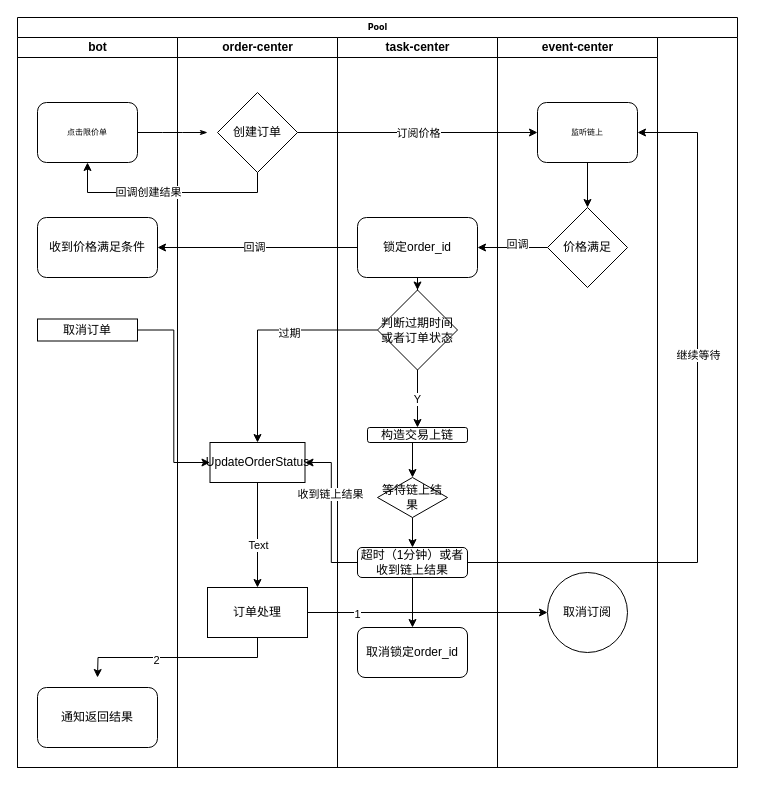
This is 未命名绘图.drawio from ZiHengLee/hot_event_spider, a draw.io file, before an edit. Source tidied: cells renumbered, new cells numbered last; positions are measured from the earlier drawing's top-left corner, leaving out a move shared by most shapes. Both pictures are drawn from the tidied source at 100%, with x=0, y=0 at pixel (17, 17).
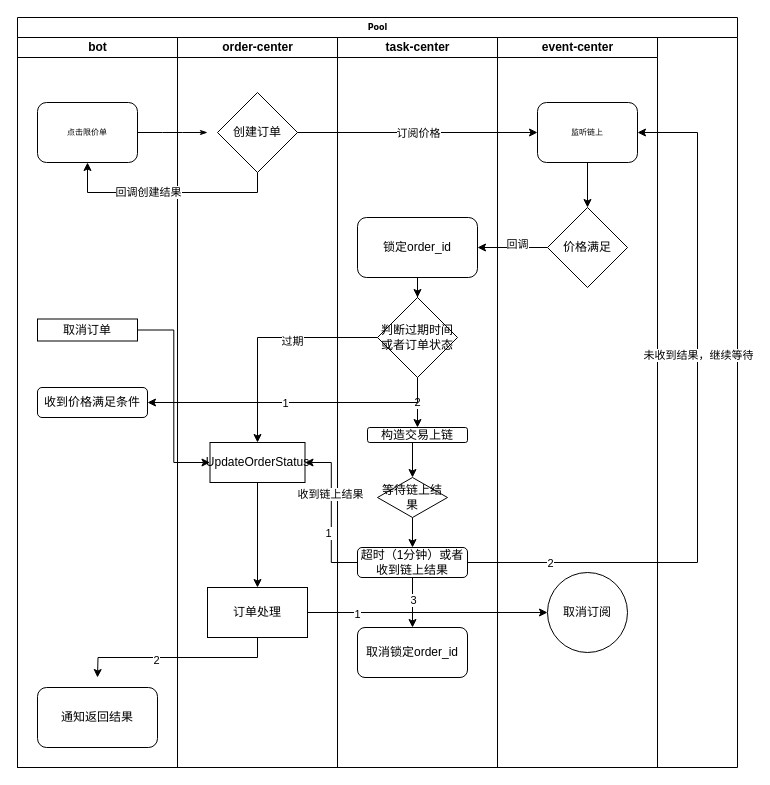
The same diagram, later.

Unchanged cells that the change refers to:
```xml
<mxCell id="2" value="Pool" style="swimlane;html=1;startSize=20;rounded=0;shadow=0;labelBackgroundColor=none;strokeWidth=1;fontFamily=Verdana;fontSize=8;align=center;" parent="1" vertex="1">
  <mxGeometry width="720" height="750" as="geometry" />
</mxCell>
<mxCell id="3" value="bot" style="swimlane;html=1;startSize=20;" parent="2" vertex="1">
  <mxGeometry y="20" width="160" height="730" as="geometry" />
</mxCell>
<mxCell id="4" value="点击限价单" style="rounded=1;whiteSpace=wrap;html=1;shadow=0;labelBackgroundColor=none;strokeWidth=1;fontFamily=Verdana;fontSize=8;align=center;" parent="3" vertex="1">
  <mxGeometry x="20" y="65" width="100" height="60" as="geometry" />
</mxCell>
<mxCell id="11" style="edgeStyle=orthogonalEdgeStyle;rounded=0;jettySize=auto;html=1;exitX=0.5;exitY=1;exitDx=0;exitDy=0;entryX=0.5;entryY=0;entryDx=0;entryDy=0;" parent="9" edge="1" source="13" target="16">
  <mxGeometry relative="1" as="geometry" />
</mxCell>
<mxCell id="17" value="task-center" style="swimlane;html=1;startSize=20;" parent="2" vertex="1">
  <mxGeometry x="320" y="20" width="160" height="730" as="geometry" />
</mxCell>
<mxCell id="19" value="锁定order_id" style="rounded=1;whiteSpace=wrap;html=1;" parent="17" vertex="1">
  <mxGeometry x="20" y="180" width="120" height="60" as="geometry" />
</mxCell>
<mxCell id="21" value="构造交易上链" style="rounded=1;whiteSpace=wrap;html=1;" parent="17" vertex="1">
  <mxGeometry x="30" y="390" width="100" height="15" as="geometry" />
</mxCell>
<mxCell id="24" style="edgeStyle=orthogonalEdgeStyle;rounded=0;jettySize=auto;html=1;exitX=0.5;exitY=1;exitDx=0;exitDy=0;" parent="17" edge="1" source="25" target="26">
  <mxGeometry relative="1" as="geometry" />
</mxCell>
<mxCell id="48" style="edgeStyle=orthogonalEdgeStyle;rounded=0;jettySize=auto;html=1;exitX=0;exitY=0.5;exitDx=0;exitDy=0;entryX=1;entryY=0.5;entryDx=0;entryDy=0;" parent="2" edge="1" source="25" target="13">
  <mxGeometry relative="1" as="geometry" />
</mxCell>
<mxCell id="50" style="edgeStyle=orthogonalEdgeStyle;rounded=0;jettySize=auto;html=1;exitX=1;exitY=0.5;exitDx=0;exitDy=0;entryX=1;entryY=0.5;entryDx=0;entryDy=0;" parent="2" edge="1" source="25" target="32">
  <mxGeometry relative="1" as="geometry">
    <Array as="points">
      <mxPoint x="680" y="545" />
      <mxPoint x="680" y="115" />
    </Array>
  </mxGeometry>
</mxCell>
```

Diff of the diagram source:
```diff
@@
+    <mxCell id="8" style="edgeStyle=orthogonalEdgeStyle;rounded=1;html=1;labelBackgroundColor=none;startArrow=none;startFill=0;startSize=5;endArrow=classicThin;endFill=1;endSize=5;jettySize=auto;strokeWidth=1;fontFamily=Verdana;fontSize=8;" parent="2" edge="1" source="4">
+      <mxGeometry relative="1" as="geometry">
+        <mxPoint x="190" y="115" as="targetPoint" />
+      </mxGeometry>
+    </mxCell>
@@
     <mxCell id="5" value="收到价格满足条件" style="rounded=1;whiteSpace=wrap;html=1;" parent="3" vertex="1">
-      <mxGeometry x="20" y="180" width="120" height="60" as="geometry" />
+      <mxGeometry x="20" y="350" width="110" height="30" as="geometry" />
     </mxCell>
@@
-    <mxCell id="8" style="edgeStyle=orthogonalEdgeStyle;rounded=1;html=1;labelBackgroundColor=none;startArrow=none;startFill=0;startSize=5;endArrow=classicThin;endFill=1;endSize=5;jettySize=auto;strokeWidth=1;fontFamily=Verdana;fontSize=8;" parent="2" edge="1" source="4">
-      <mxGeometry relative="1" as="geometry">
-        <mxPoint x="190" y="115" as="targetPoint" />
-      </mxGeometry>
-    </mxCell>
@@
-    <mxCell id="12" value="Text" style="edgeLabel;html=1;align=center;verticalAlign=middle;" parent="11" vertex="1">
-      <mxGeometry x="0.19" relative="1" as="geometry" />
-    </mxCell>
@@
+    <mxCell id="52" value="3" style="edgeLabel;html=1;align=center;verticalAlign=middle;" parent="24" vertex="1">
+      <mxGeometry x="-0.11" relative="1" as="geometry" />
+    </mxCell>
@@
-    <mxCell id="28" value="Y" style="edgeStyle=orthogonalEdgeStyle;rounded=0;jettySize=auto;html=1;exitX=0.5;exitY=1;exitDx=0;exitDy=0;entryX=0.5;entryY=0;entryDx=0;entryDy=0;" parent="17" edge="1" source="29" target="21">
+    <mxCell id="28" value="2" style="edgeStyle=orthogonalEdgeStyle;rounded=0;jettySize=auto;html=1;exitX=0.5;exitY=1;exitDx=0;exitDy=0;entryX=0.5;entryY=0;entryDx=0;entryDy=0;" parent="17" edge="1" source="29" target="21">
       <mxGeometry relative="1" as="geometry" />
     </mxCell>
     <mxCell id="29" value="判断过期时间或者订单状态" style="rhombus;whiteSpace=wrap;html=1;" parent="17" vertex="1">
-      <mxGeometry x="40" y="252.5" width="80" height="80" as="geometry" />
+      <mxGeometry x="40" y="260" width="80" height="80" as="geometry" />
     </mxCell>
@@
-    <mxCell id="41" style="edgeStyle=orthogonalEdgeStyle;rounded=0;jettySize=auto;html=1;exitX=0;exitY=0.5;exitDx=0;exitDy=0;entryX=1;entryY=0.5;entryDx=0;entryDy=0;" parent="2" edge="1" source="19" target="5">
-      <mxGeometry relative="1" as="geometry" />
-    </mxCell>
-    <mxCell id="42" value="回调" style="edgeLabel;html=1;align=center;verticalAlign=middle;" parent="41" vertex="1">
-      <mxGeometry x="0.04" y="-1" relative="1" as="geometry" />
-    </mxCell>
@@
+    <mxCell id="53" value="1" style="edgeLabel;html=1;align=center;verticalAlign=middle;" parent="48" vertex="1">
+      <mxGeometry x="-0.27" y="3" relative="1" as="geometry" />
+    </mxCell>
@@
-    <mxCell id="51" value="继续等待" style="edgeLabel;html=1;align=center;verticalAlign=middle;" parent="50" vertex="1">
+    <mxCell id="51" value="未收到结果，继续等待" style="edgeLabel;html=1;align=center;verticalAlign=middle;" parent="50" vertex="1">
       <mxGeometry x="0.06" relative="1" as="geometry">
         <mxPoint y="-56" as="offset" />
       </mxGeometry>
     </mxCell>
+    <mxCell id="54" value="2" style="edgeLabel;html=1;align=center;verticalAlign=middle;" parent="50" vertex="1">
+      <mxGeometry x="-0.77" relative="1" as="geometry">
+        <mxPoint x="-1" as="offset" />
+      </mxGeometry>
+    </mxCell>
+    <mxCell id="55" style="edgeStyle=orthogonalEdgeStyle;rounded=0;jettySize=auto;html=1;exitX=0.5;exitY=1;exitDx=0;exitDy=0;entryX=1;entryY=0.5;entryDx=0;entryDy=0;" parent="2" edge="1" source="29" target="5">
+      <mxGeometry relative="1" as="geometry" />
+    </mxCell>
+    <mxCell id="56" value="1" style="edgeLabel;html=1;align=center;verticalAlign=middle;" parent="55" vertex="1">
+      <mxGeometry x="0.07" relative="1" as="geometry" />
+    </mxCell>
```
